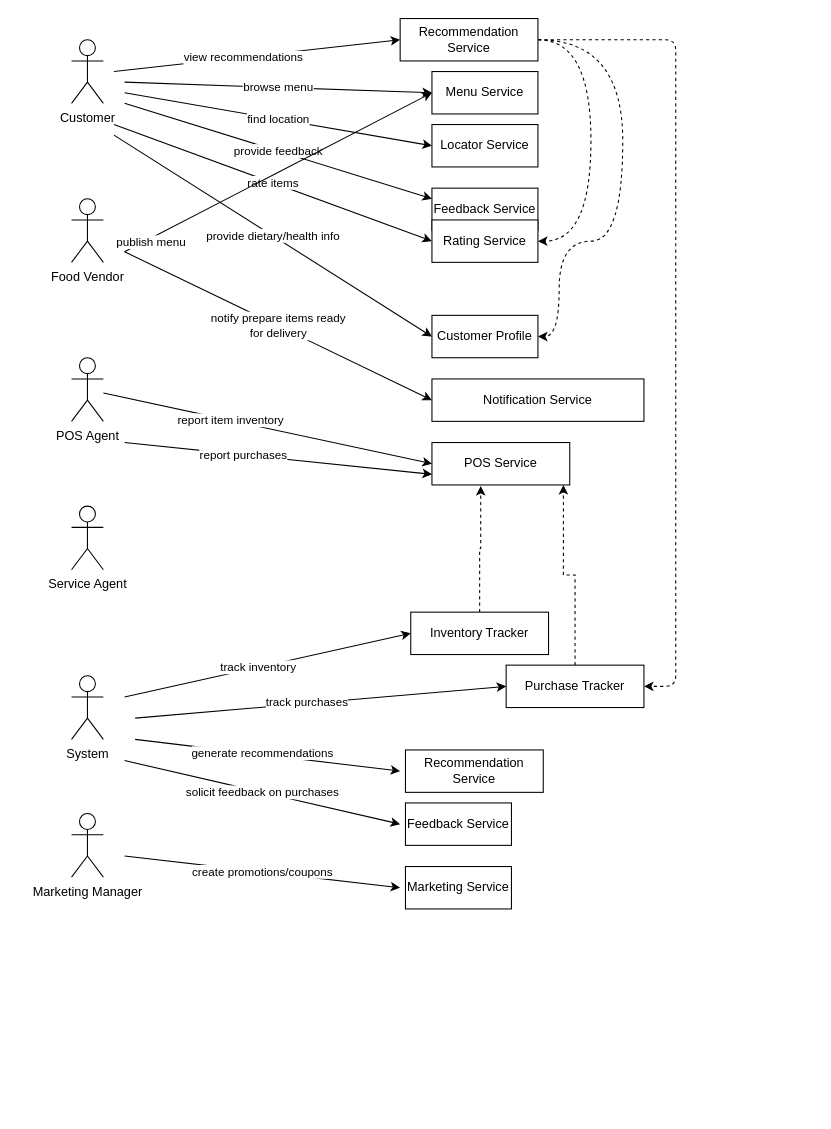
The draw.io diagram page "Interaction Diagram" (1 of 2) of Interaction-Diagram.drawio in fridgebenefits/katas, before the edit. Source tidied: cells renumbered, new cells numbered last; positions are measured from the earlier drawing's top-left corner, leaving out a move shared by most shapes. Both pictures are drawn from the tidied source at 106%, with x=0, y=0 at pixel (71, 18).
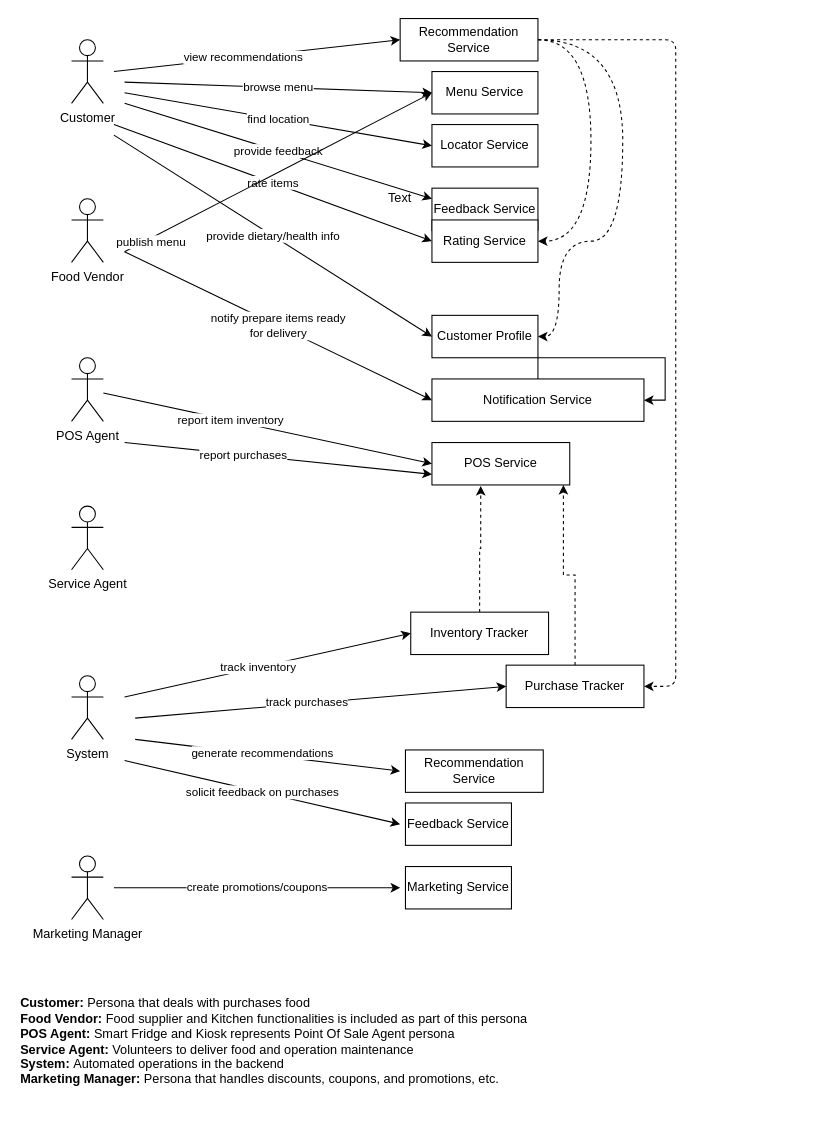
The same diagram, later.

The change refers to these unchanged cells:
```xml
<mxCell id="20" value="Notification Service" style="rounded=0;whiteSpace=wrap;html=1;" parent="1" vertex="1">
  <mxGeometry x="340" y="340" width="200" height="40" as="geometry" />
</mxCell>
```

What changed in the source:
```diff
@@
     <mxCell id="7" value="Marketing Manager" style="shape=umlActor;verticalLabelPosition=bottom;verticalAlign=top;html=1;" parent="1" vertex="1">
-      <mxGeometry y="750" width="30" height="60" as="geometry" />
+      <mxGeometry y="790" width="30" height="60" as="geometry" />
     </mxCell>
@@
     <mxCell id="46" value="create promotions/coupons" style="endArrow=classic;html=1;" parent="1" edge="1">
       <mxGeometry relative="1" as="geometry">
-        <mxPoint x="50" y="790" as="sourcePoint" />
+        <mxPoint x="40" y="820" as="sourcePoint" />
         <mxPoint x="310" y="820" as="targetPoint" />
       </mxGeometry>
     </mxCell>
@@
+    <mxCell id="48" value="Text" style="text;html=1;strokeColor=none;fillColor=none;align=center;verticalAlign=middle;whiteSpace=wrap;rounded=0;" parent="1" vertex="1">
+      <mxGeometry x="290" y="160" width="40" height="20" as="geometry" />
+    </mxCell>
+    <mxCell id="49" value="&lt;b&gt;Customer: &lt;/b&gt;Persona that deals with purchases food&lt;br&gt;&lt;b&gt;Food Vendor: &lt;/b&gt;Food supplier and Kitchen functionalities is included as part of this persona&lt;br&gt;&lt;div&gt;&lt;b&gt;POS Agent:&lt;/b&gt; Smart Fridge and Kiosk represents Point Of Sale Agent persona&lt;/div&gt;&lt;b&gt;Service Agent:&lt;/b&gt;&amp;nbsp;Volunteers to deliver food and operation maintenance&amp;nbsp;&lt;br&gt;&lt;b&gt;System: &lt;/b&gt;Automated operations in the backend&lt;br&gt;&lt;b&gt;Marketing Manager: &lt;/b&gt;Persona that handles discounts, coupons, and promotions, etc." style="text;html=1;strokeColor=none;fillColor=none;align=left;verticalAlign=middle;whiteSpace=wrap;rounded=0;" parent="1" vertex="1">
+      <mxGeometry x="-50" y="900" width="750" height="130" as="geometry" />
+    </mxCell>
+    <mxCell id="50" style="edgeStyle=orthogonalEdgeStyle;rounded=0;orthogonalLoop=1;jettySize=auto;html=1;entryX=1;entryY=0.5;entryDx=0;entryDy=0;" parent="1" edge="1" source="20" target="20">
+      <mxGeometry relative="1" as="geometry" />
+    </mxCell>
```
